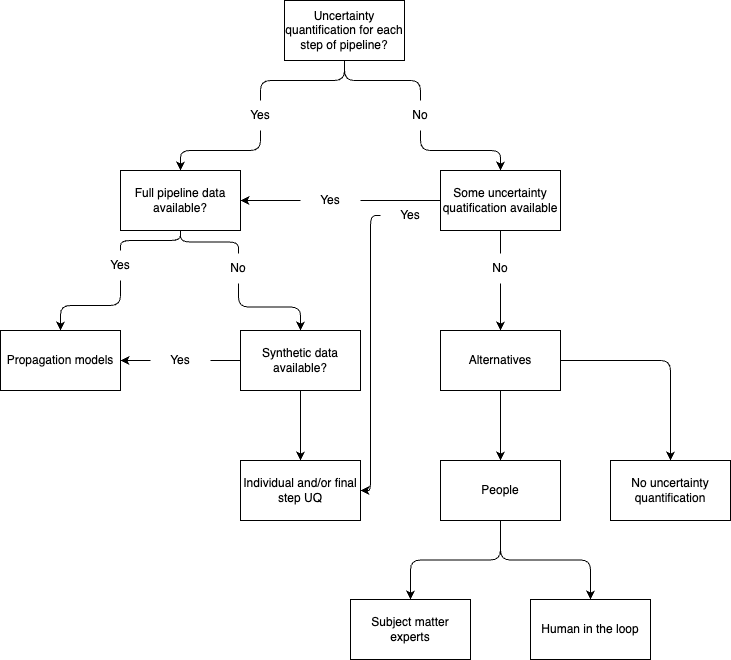
Earlier version of the draw.io export flowcharts/design.png (alan-turing-institute/ARC-SPICE). Source tidied: cells renumbered, new cells last; positions are measured from the earlier drawing's top-left corner, leaving out a move shared by most shapes.
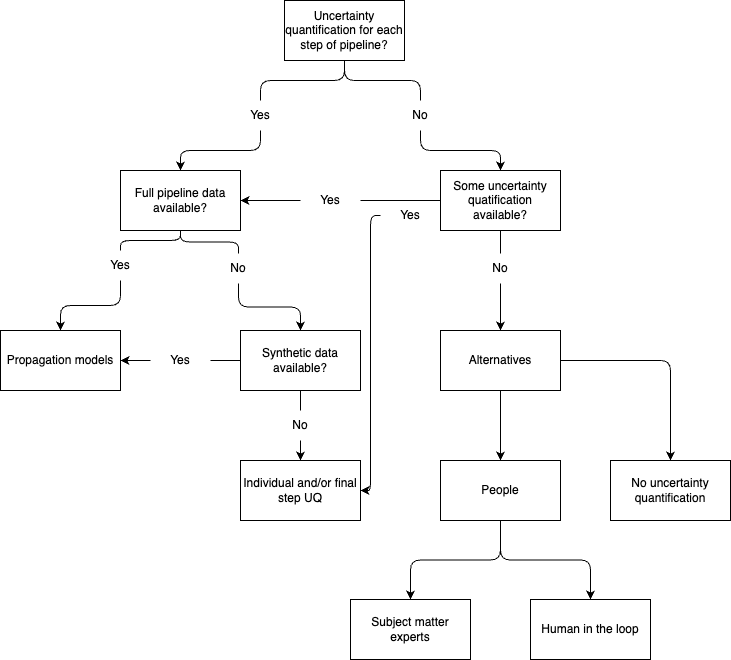
After the change.

Commit message:
:arrow: updated flow charts

Diff of the diagram source:
```diff
@@ -29,7 +29,7 @@
     <mxCell id="10" style="edgeStyle=orthogonalEdgeStyle;html=1;exitX=0.5;exitY=1;exitDx=0;exitDy=0;entryX=0.5;entryY=0;entryDx=0;entryDy=0;startArrow=none;" parent="1" edge="1" source="41" target="19">
       <mxGeometry relative="1" as="geometry" />
     </mxCell>
-    <mxCell id="11" value="Some uncertainty quatification available" style="whiteSpace=wrap;html=1;" parent="1" vertex="1">
+    <mxCell id="11" value="Some uncertainty quatification available?" style="whiteSpace=wrap;html=1;" parent="1" vertex="1">
       <mxGeometry x="440" y="170" width="120" height="60" as="geometry" />
     </mxCell>
     <mxCell id="12" value="Propagation models" style="whiteSpace=wrap;html=1;" parent="1" vertex="1">
@@ -38,7 +38,7 @@
     <mxCell id="13" style="edgeStyle=orthogonalEdgeStyle;html=1;exitX=0;exitY=0.5;exitDx=0;exitDy=0;entryX=1;entryY=0.5;entryDx=0;entryDy=0;startArrow=none;" parent="1" edge="1" source="35" target="12">
       <mxGeometry relative="1" as="geometry" />
     </mxCell>
-    <mxCell id="14" style="edgeStyle=orthogonalEdgeStyle;html=1;exitX=0.5;exitY=1;exitDx=0;exitDy=0;entryX=0.5;entryY=0;entryDx=0;entryDy=0;" parent="1" edge="1" source="15" target="16">
+    <mxCell id="14" style="edgeStyle=orthogonalEdgeStyle;html=1;exitX=0.5;exitY=1;exitDx=0;exitDy=0;entryX=0.5;entryY=0;entryDx=0;entryDy=0;startArrow=none;" parent="1" edge="1" source="43" target="16">
       <mxGeometry relative="1" as="geometry" />
     </mxCell>
     <mxCell id="15" value="Synthetic data available?" style="whiteSpace=wrap;html=1;" parent="1" vertex="1">
@@ -122,5 +122,11 @@
     <mxCell id="41" value="No" style="text;strokeColor=none;align=center;fillColor=none;html=1;verticalAlign=middle;whiteSpace=wrap;rounded=0;" parent="1" vertex="1">
       <mxGeometry x="470" y="253" width="60" height="30" as="geometry" />
     </mxCell>
+    <mxCell id="42" style="edgeStyle=orthogonalEdgeStyle;html=1;exitX=0.5;exitY=1;exitDx=0;exitDy=0;entryX=0.5;entryY=0;entryDx=0;entryDy=0;endArrow=none;" parent="1" edge="1" source="15" target="43">
+      <mxGeometry relative="1" as="geometry" />
+    </mxCell>
+    <mxCell id="43" value="No" style="text;strokeColor=none;align=center;fillColor=none;html=1;verticalAlign=middle;whiteSpace=wrap;rounded=0;" parent="1" vertex="1">
+      <mxGeometry x="270" y="410" width="60" height="30" as="geometry" />
+    </mxCell>
   </root>
 </mxGraphModel>
```
